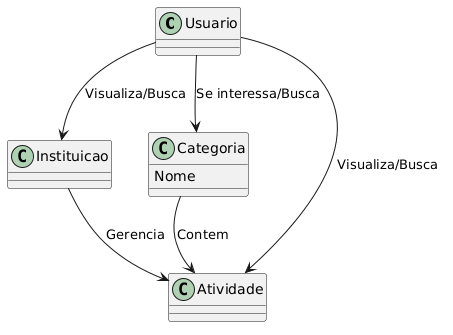
J-B-Works/Wisp keeps this PlantUML diagram as Modelagem/Outputs(Imagens)/Diagrama de Classes de Negocio.png. Above is the earlier version. Source of this version:
```plantuml
@startuml
class Usuario {
}

class Instituicao {

}

class Categoria {
    Nome
}

class Atividade {

}

Instituicao --> Atividade : Gerencia
Categoria --> Atividade : Contem
Categoria -[hidden]down- Atividade
Usuario --> Categoria : Se interessa/Busca
Usuario --> Atividade : Visualiza/Busca
Usuario --> Instituicao : Visualiza/Busca
@enduml
```
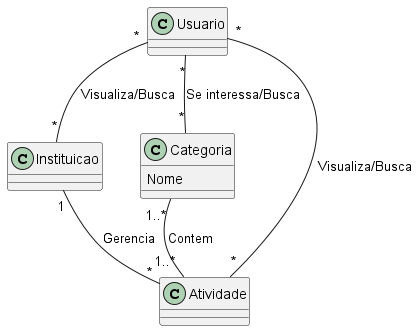
Later version of the same file.

Change to the diagram source:
```diff
@@ -1,4 +1,6 @@
 @startuml
+
+
 class Usuario {
 }
 
@@ -14,10 +16,12 @@
 
 }
 
-Instituicao --> Atividade : Gerencia
-Categoria --> Atividade : Contem
+Instituicao "1" -- "*" Atividade : Gerencia
+Categoria "1..*" -- "1..*" Atividade : Contem
 Categoria -[hidden]down- Atividade
-Usuario --> Categoria : Se interessa/Busca
-Usuario --> Atividade : Visualiza/Busca
-Usuario --> Instituicao : Visualiza/Busca
+Usuario "*" -- "*" Categoria : Se interessa/Busca
+Usuario "*" -- "*" Atividade : Visualiza/Busca
+Usuario "*" -- "*" Instituicao : Visualiza/Busca
+
+
 @enduml
```
